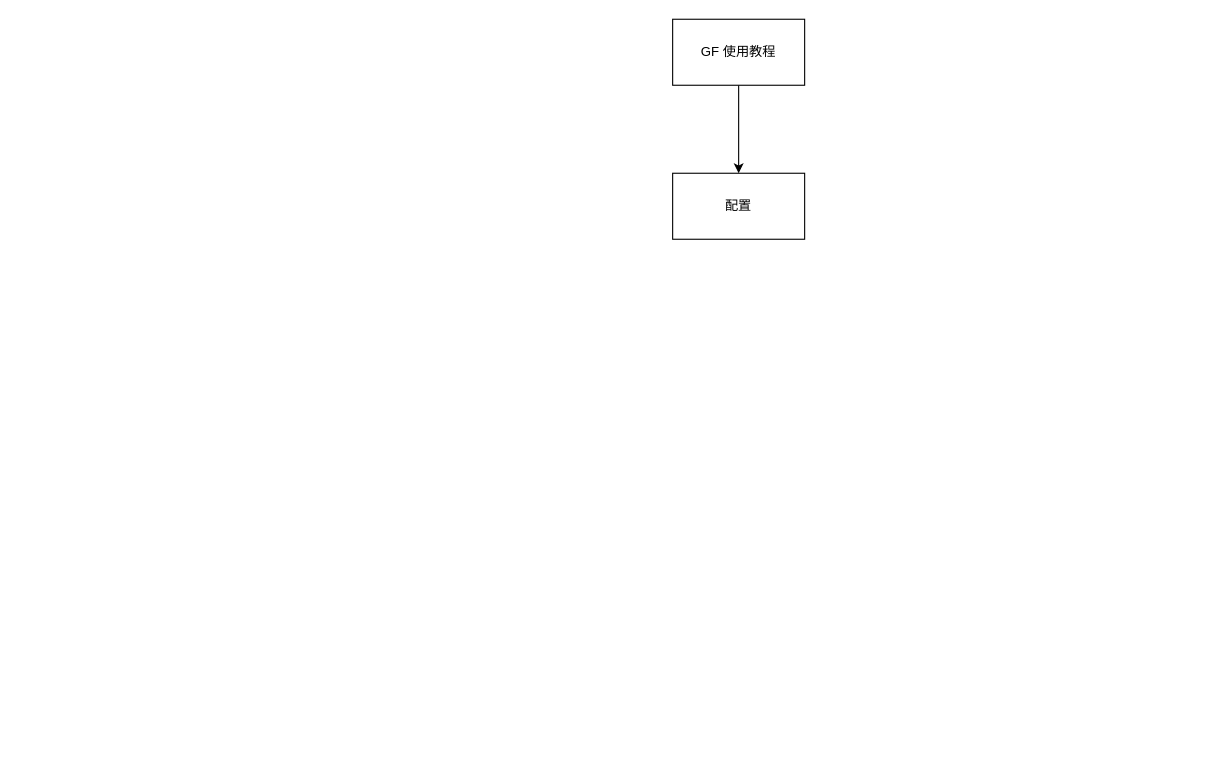
xzp3094997376/DrawIO keeps this draw.io diagram as GameFramework/GF 使用.drawio. Above is the earlier version. Source tidied: cells renumbered, new cells numbered last; positions are measured from the earlier drawing's top-left corner, leaving out a move shared by most shapes. Both pictures are drawn from the tidied source at 110%, with x=0, y=0 at pixel (672, 19).
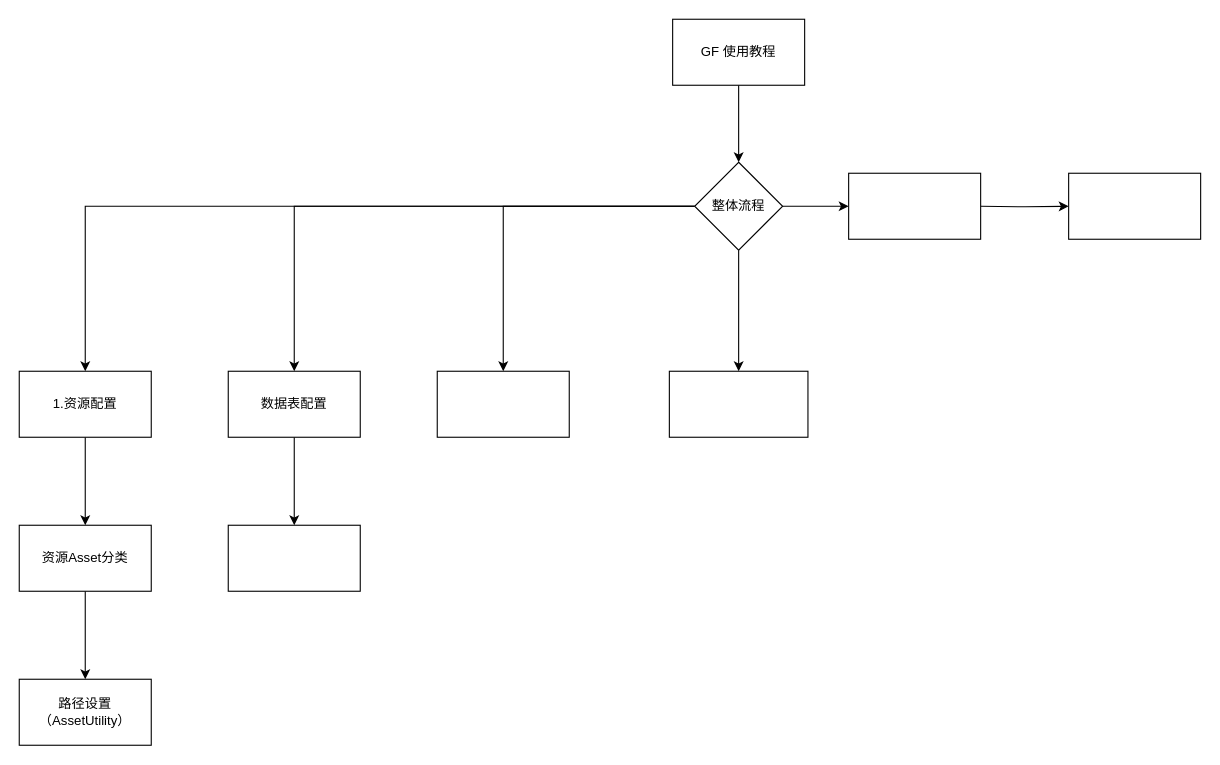
After the change.

The change refers to these unchanged cells:
```xml
<mxCell id="3" value="GF 使用教程" style="whiteSpace=wrap;html=1;" parent="1" vertex="1">
  <mxGeometry width="120" height="60" as="geometry" />
</mxCell>
```

Change to the diagram source:
```diff
@@
-    <mxCell id="2" style="edgeStyle=orthogonalEdgeStyle;rounded=0;jettySize=auto;html=1;" parent="1" edge="1" source="3" target="4">
-      <mxGeometry relative="1" as="geometry" />
-    </mxCell>
+    <mxCell id="5" style="edgeStyle=orthogonalEdgeStyle;rounded=0;jettySize=auto;html=1;fontColor=#2BFF00;" parent="1" edge="1" source="3" target="11">
+      <mxGeometry relative="1" as="geometry" />
+    </mxCell>
@@
-    <mxCell id="4" value="配置&lt;br&gt;" style="whiteSpace=wrap;html=1;" parent="1" vertex="1">
-      <mxGeometry y="140" width="120" height="60" as="geometry" />
-    </mxCell>
+    <mxCell id="6" style="edgeStyle=orthogonalEdgeStyle;rounded=0;jettySize=auto;html=1;fontColor=#2BFF00;" parent="1" edge="1" source="11" target="13">
+      <mxGeometry relative="1" as="geometry" />
+    </mxCell>
+    <mxCell id="7" style="edgeStyle=orthogonalEdgeStyle;rounded=0;jettySize=auto;html=1;fontColor=#2BFF00;" parent="1" edge="1" source="11" target="15">
+      <mxGeometry relative="1" as="geometry" />
+    </mxCell>
+    <mxCell id="8" style="edgeStyle=orthogonalEdgeStyle;rounded=0;jettySize=auto;html=1;fontColor=#2BFF00;" parent="1" edge="1" source="11" target="16">
+      <mxGeometry relative="1" as="geometry" />
+    </mxCell>
+    <mxCell id="9" style="edgeStyle=orthogonalEdgeStyle;rounded=0;jettySize=auto;html=1;fontColor=#2BFF00;" parent="1" edge="1" source="11" target="22">
+      <mxGeometry relative="1" as="geometry" />
+    </mxCell>
+    <mxCell id="10" style="edgeStyle=orthogonalEdgeStyle;rounded=0;jettySize=auto;html=1;fontColor=#2BFF00;" parent="1" edge="1" source="11" target="24">
+      <mxGeometry relative="1" as="geometry" />
+    </mxCell>
+    <mxCell id="11" value="整体流程&lt;br&gt;" style="rhombus;whiteSpace=wrap;html=1;" parent="1" vertex="1">
+      <mxGeometry x="20" y="130" width="80" height="80" as="geometry" />
+    </mxCell>
+    <mxCell id="12" style="edgeStyle=orthogonalEdgeStyle;rounded=0;jettySize=auto;html=1;fontColor=#2BFF00;" parent="1" edge="1" source="13" target="18">
+      <mxGeometry relative="1" as="geometry" />
+    </mxCell>
+    <mxCell id="13" value="1.资源配置" style="whiteSpace=wrap;html=1;" parent="1" vertex="1">
+      <mxGeometry x="-594" y="320" width="120" height="60" as="geometry" />
+    </mxCell>
+    <mxCell id="14" style="edgeStyle=orthogonalEdgeStyle;rounded=0;jettySize=auto;html=1;fontColor=#2BFF00;" parent="1" edge="1" source="15" target="20">
+      <mxGeometry relative="1" as="geometry" />
+    </mxCell>
+    <mxCell id="15" value="数据表配置" style="whiteSpace=wrap;html=1;" parent="1" vertex="1">
+      <mxGeometry x="-404" y="320" width="120" height="60" as="geometry" />
+    </mxCell>
+    <mxCell id="16" style="whiteSpace=wrap;html=1;" parent="1" vertex="1">
+      <mxGeometry x="-214" y="320" width="120" height="60" as="geometry" />
+    </mxCell>
+    <mxCell id="17" style="edgeStyle=orthogonalEdgeStyle;rounded=0;jettySize=auto;html=1;fontColor=#2BFF00;" parent="1" edge="1" source="18" target="19">
+      <mxGeometry relative="1" as="geometry" />
+    </mxCell>
+    <mxCell id="18" value="资源Asset分类" style="whiteSpace=wrap;html=1;" parent="1" vertex="1">
+      <mxGeometry x="-594" y="460" width="120" height="60" as="geometry" />
+    </mxCell>
+    <mxCell id="19" value="路径设置（AssetUtility）" style="whiteSpace=wrap;html=1;" parent="1" vertex="1">
+      <mxGeometry x="-594" y="600" width="120" height="60" as="geometry" />
+    </mxCell>
+    <mxCell id="20" style="whiteSpace=wrap;html=1;" parent="1" vertex="1">
+      <mxGeometry x="-404" y="460" width="120" height="60" as="geometry" />
+    </mxCell>
+    <mxCell id="21" style="edgeStyle=orthogonalEdgeStyle;rounded=0;jettySize=auto;html=1;fontColor=#2BFF00;" parent="1" edge="1" target="23">
+      <mxGeometry relative="1" as="geometry">
+        <mxPoint x="280" y="170" as="sourcePoint" />
+      </mxGeometry>
+    </mxCell>
+    <mxCell id="22" style="whiteSpace=wrap;html=1;" parent="1" vertex="1">
+      <mxGeometry x="160" y="140" width="120" height="60" as="geometry" />
+    </mxCell>
+    <mxCell id="23" style="whiteSpace=wrap;html=1;" parent="1" vertex="1">
+      <mxGeometry x="360" y="140" width="120" height="60" as="geometry" />
+    </mxCell>
+    <mxCell id="24" style="whiteSpace=wrap;html=1;" parent="1" vertex="1">
+      <mxGeometry x="-3" y="320" width="126" height="60" as="geometry" />
+    </mxCell>
```
